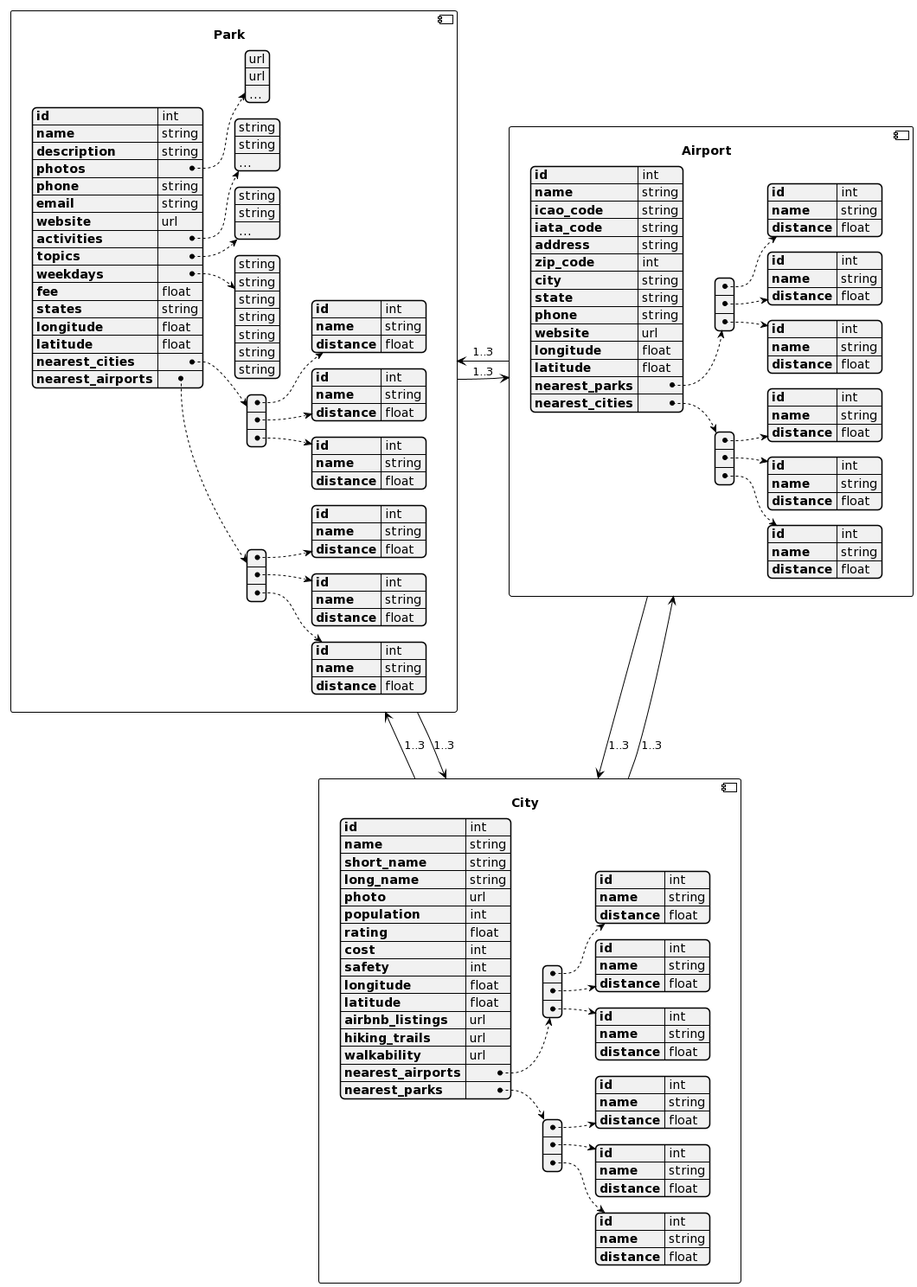
This is ParkScape-UML.png from audreyyc/parkscape, a PlantUML export, as it was before one commit.
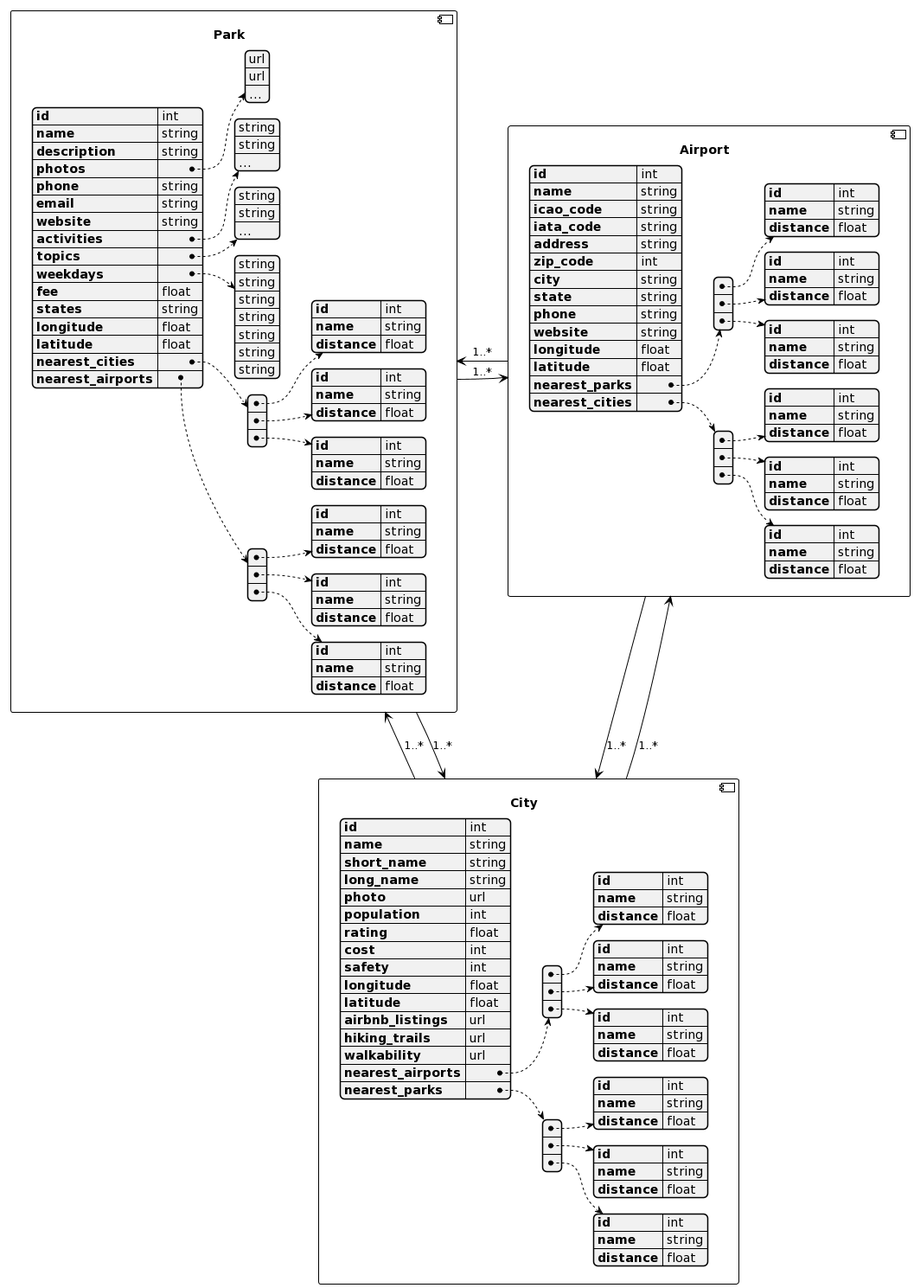
The same file after the commit.

Commit message:
Update UML diagram

What changed in the source:
```diff
@@ -8,7 +8,7 @@
 "photos": ["url","url","..."],
 "phone":"string",
 "email":"string",
-"website":"url",
+"website":"string",
 "activities":["string","string","..."],
 "topics":["string","string","..."],
 "weekdays":["string","string","string","string","string","string","string"],
@@ -109,7 +109,7 @@
 "city":"string",
 "state":"string",
 "phone":"string",
-"website":"url",
+"website":"string",
 "longitude":"float",
 "latitude":"float",
 "nearest_parks": [{
@@ -167,10 +167,10 @@
 }}
 ]
 
-Airports-l->Parks : 1..3
-Airports-d->Cities : 1..3
-Cities-u->Airports : 1..3
-Cities-l->Parks : 1..3
-Parks-r->Cities : 1..3
-Parks-r->Airports : 1..3
+Airports-l->Parks : 1..*
+Airports-d->Cities : 1..*
+Cities-u->Airports : 1..*
+Cities-l->Parks : 1..*
+Parks-r->Cities : 1..*
+Parks-r->Airports : 1..*
 @enduml
```
